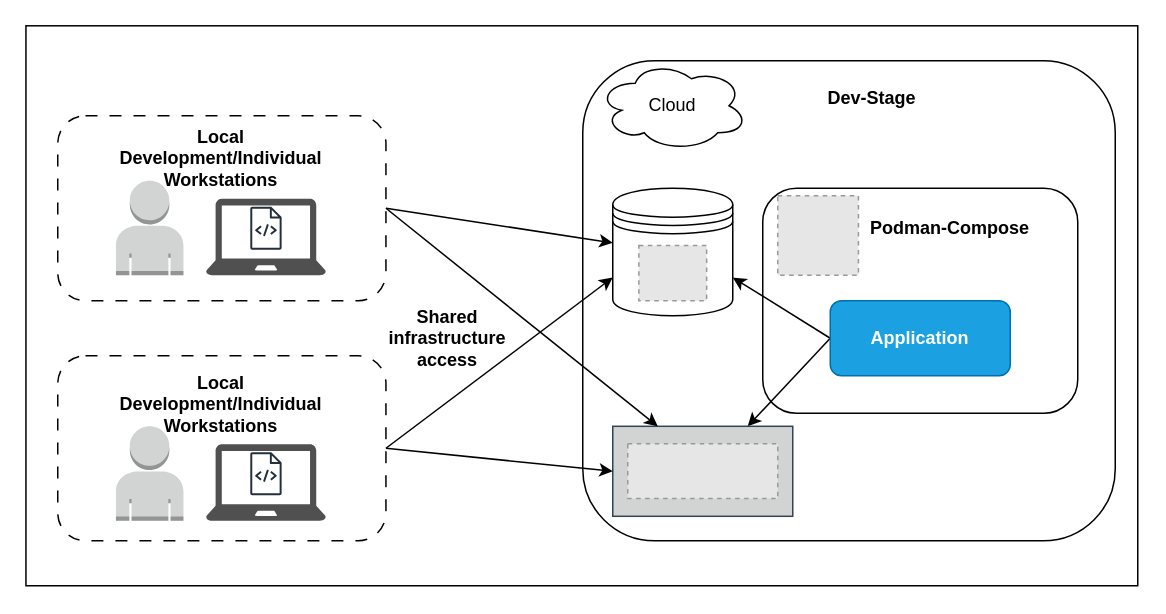
normanboettcher/BotPilot keeps this draw.io diagram as documentation/diagrams/InfrastructureDevStage.drawio. Above is the earlier version. Source tidied: cells renumbered, new cells numbered last; positions are measured from the earlier drawing's top-left corner, leaving out a move shared by most shapes. Both pictures are drawn from the tidied source at 150%, with x=0, y=0 at pixel (26, 26). Pictures stored in the file or linked from it are replaced by grey dashed boxes.
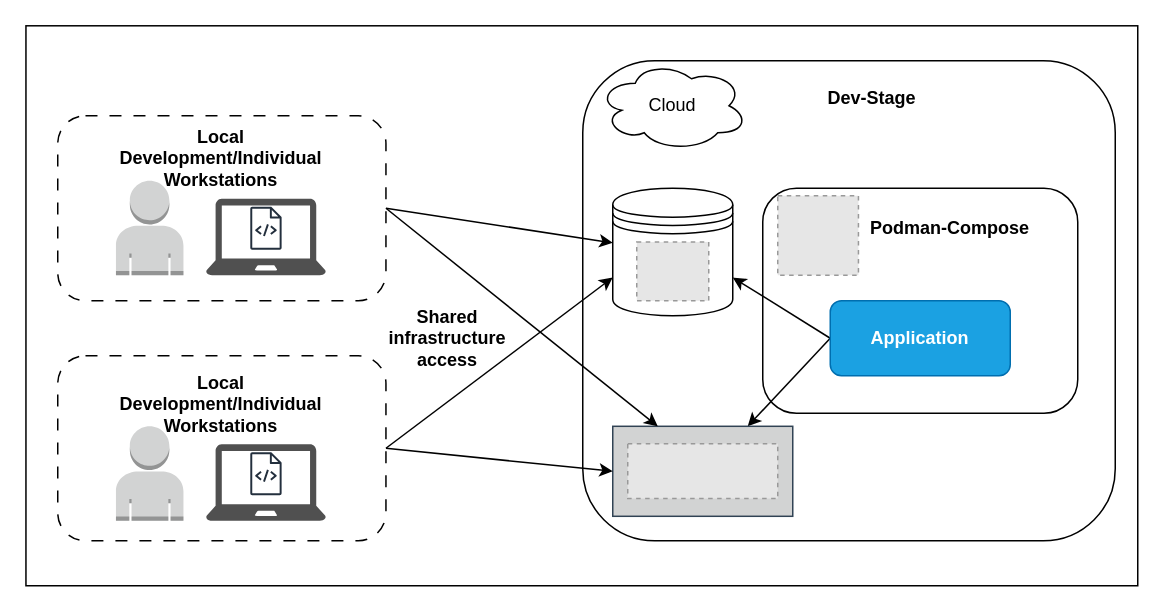
The same page after the edit.

Commit message (it also covers changes not shown here):
Changed - InfrastructureDevStage diagram

Diff of the diagram source:
```diff
@@
-    <mxCell id="26" style="fillColor=#E6E6E6;strokeColor=#999999;dashed=1;verticalLabelPosition=bottom;labelBackgroundColor=default;verticalAlign=top;" parent="1" vertex="1">
-      <mxGeometry x="408.4" y="146.1" width="45.2" height="36.9" as="geometry" />
-    </mxCell>
@@
+    <mxCell id="34" style="fillColor=#E6E6E6;strokeColor=#999999;dashed=1;verticalLabelPosition=bottom;labelBackgroundColor=default;verticalAlign=top;" parent="1" vertex="1">
+      <mxGeometry x="407" y="143.8" width="48" height="39.2" as="geometry" />
+    </mxCell>
```
